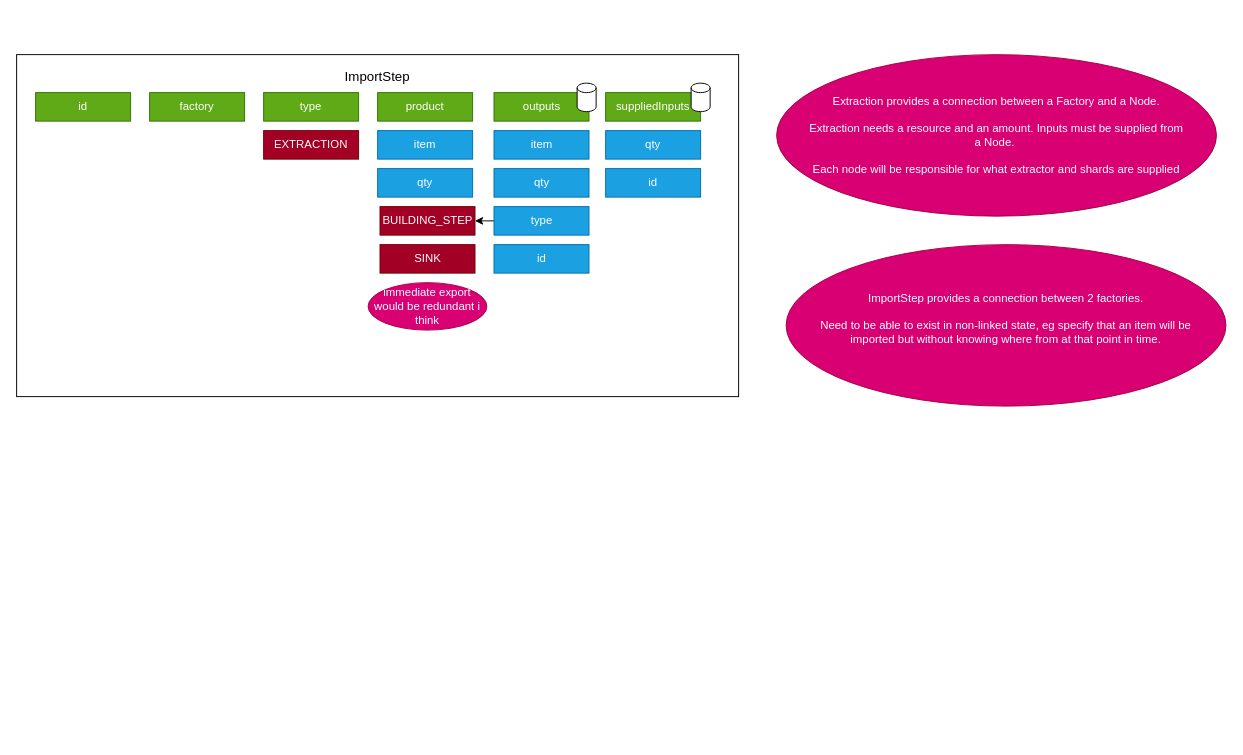
This is page "Import / Export" (11 of 14) of diagrams/wireframes.drawio from bradbrad88/satisfactory, a draw.io file, before an edit. Source tidied: cells renumbered, new cells numbered last; positions are measured from the earlier drawing's top-left corner, leaving out a move shared by most shapes. Both pictures are drawn from the tidied source at 95%, with x=0, y=0 at pixel (16, 54).
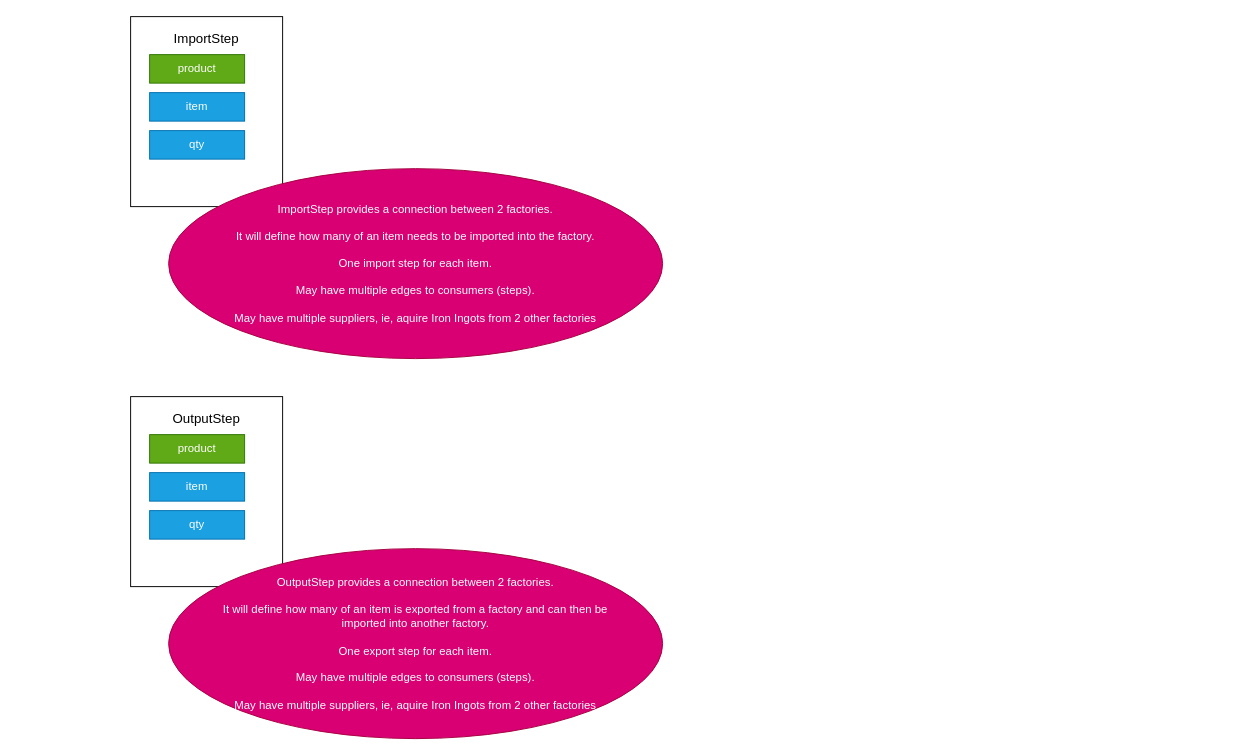
After the change.

What changed in the source:
```diff
@@
-    <mxCell id="2" value="Extraction provides a connection between a Factory and a Node.&lt;br&gt;&lt;br&gt;Extraction needs a resource and an amount. Inputs must be supplied from a Node.&amp;nbsp;&lt;br&gt;&lt;br&gt;Each node will be responsible for what extractor and shards are supplied" style="ellipse;whiteSpace=wrap;html=1;fontSize=12;fillColor=#d80073;fontColor=#ffffff;strokeColor=#A50040;spacing=35;" parent="1" vertex="1">
-      <mxGeometry x="800" width="463" height="170" as="geometry" />
-    </mxCell>
     <mxCell id="3" value="ImportStep" style="whiteSpace=wrap;html=1;verticalAlign=top;spacing=10;fontSize=14;" parent="1" vertex="1">
-      <mxGeometry width="760" height="360" as="geometry" />
+      <mxGeometry x="120" y="-40" width="160" height="200" as="geometry" />
     </mxCell>
-    <mxCell id="4" value="factory" style="whiteSpace=wrap;html=1;fillColor=#60a917;fontColor=#ffffff;strokeColor=#2D7600;" parent="1" vertex="1">
-      <mxGeometry x="140" y="40" width="100" height="30" as="geometry" />
-    </mxCell>
-    <mxCell id="5" value="type" style="whiteSpace=wrap;html=1;fillColor=#60a917;fontColor=#ffffff;strokeColor=#2D7600;" parent="1" vertex="1">
-      <mxGeometry x="260" y="40" width="100" height="30" as="geometry" />
-    </mxCell>
-    <mxCell id="6" value="EXTRACTION" style="whiteSpace=wrap;html=1;fillColor=#a20025;fontColor=#ffffff;strokeColor=#6F0000;" parent="1" vertex="1">
-      <mxGeometry x="260" y="80" width="100" height="30" as="geometry" />
-    </mxCell>
     <mxCell id="7" value="product" style="whiteSpace=wrap;html=1;fillColor=#60a917;fontColor=#ffffff;strokeColor=#2D7600;" parent="1" vertex="1">
-      <mxGeometry x="380" y="40" width="100" height="30" as="geometry" />
+      <mxGeometry x="140" width="100" height="30" as="geometry" />
     </mxCell>
     <mxCell id="8" value="item" style="whiteSpace=wrap;html=1;fillColor=#1ba1e2;fontColor=#ffffff;strokeColor=#006EAF;" parent="1" vertex="1">
-      <mxGeometry x="380" y="80" width="100" height="30" as="geometry" />
+      <mxGeometry x="140" y="40" width="100" height="30" as="geometry" />
     </mxCell>
     <mxCell id="9" value="qty" style="whiteSpace=wrap;html=1;fillColor=#1ba1e2;fontColor=#ffffff;strokeColor=#006EAF;" parent="1" vertex="1">
-      <mxGeometry x="380" y="120" width="100" height="30" as="geometry" />
+      <mxGeometry x="140" y="80" width="100" height="30" as="geometry" />
     </mxCell>
-    <mxCell id="10" value="outputs" style="whiteSpace=wrap;html=1;fillColor=#60a917;fontColor=#ffffff;strokeColor=#2D7600;" parent="1" vertex="1">
-      <mxGeometry x="502.5" y="40" width="100" height="30" as="geometry" />
-    </mxCell>
+    <mxCell id="25" value="ImportStep provides a connection between 2 factories.&lt;br&gt;&lt;br&gt;It will define how many of an item needs to be imported into the factory.&lt;br&gt;&lt;br&gt;One import step for each item.&lt;br&gt;&lt;br&gt;May have multiple edges to consumers (steps).&lt;br&gt;&lt;br&gt;May have multiple suppliers, ie, aquire Iron Ingots from 2 other factories" style="ellipse;whiteSpace=wrap;html=1;fontSize=12;fillColor=#d80073;fontColor=#ffffff;strokeColor=#A50040;spacing=35;" parent="1" vertex="1">
+      <mxGeometry x="160" y="120" width="520" height="200" as="geometry" />
+    </mxCell>
+    <mxCell id="26" value="OutputStep" style="whiteSpace=wrap;html=1;verticalAlign=top;spacing=10;fontSize=14;" parent="1" vertex="1">
+      <mxGeometry x="120" y="360" width="160" height="200" as="geometry" />
+    </mxCell>
+    <mxCell id="27" value="product" style="whiteSpace=wrap;html=1;fillColor=#60a917;fontColor=#ffffff;strokeColor=#2D7600;" parent="1" vertex="1">
+      <mxGeometry x="140" y="400" width="100" height="30" as="geometry" />
+    </mxCell>
     <mxCell id="11" value="item" style="whiteSpace=wrap;html=1;fillColor=#1ba1e2;fontColor=#ffffff;strokeColor=#006EAF;" parent="1" vertex="1">
-      <mxGeometry x="502.5" y="80" width="100" height="30" as="geometry" />
+      <mxGeometry x="140" y="440" width="100" height="30" as="geometry" />
     </mxCell>
-    <mxCell id="12" value="qty" style="whiteSpace=wrap;html=1;fillColor=#1ba1e2;fontColor=#ffffff;strokeColor=#006EAF;" parent="1" vertex="1">
-      <mxGeometry x="502.5" y="120" width="100" height="30" as="geometry" />
-    </mxCell>
-    <mxCell id="13" style="edgeStyle=none;html=1;entryX=1;entryY=0.5;entryDx=0;entryDy=0;fontSize=14;" parent="1" edge="1" source="14">
-      <mxGeometry relative="1" as="geometry">
-        <mxPoint x="482.5" y="175" as="targetPoint" />
-      </mxGeometry>
-    </mxCell>
-    <mxCell id="14" value="type" style="whiteSpace=wrap;html=1;fillColor=#1ba1e2;fontColor=#ffffff;strokeColor=#006EAF;" parent="1" vertex="1">
-      <mxGeometry x="502.5" y="160" width="100" height="30" as="geometry" />
-    </mxCell>
-    <mxCell id="15" value="BUILDING_STEP" style="whiteSpace=wrap;html=1;fillColor=#a20025;fontColor=#ffffff;strokeColor=#6F0000;" parent="1" vertex="1">
-      <mxGeometry x="382.5" y="160" width="100" height="30" as="geometry" />
-    </mxCell>
-    <mxCell id="16" value="SINK" style="whiteSpace=wrap;html=1;fillColor=#a20025;fontColor=#ffffff;strokeColor=#6F0000;" parent="1" vertex="1">
-      <mxGeometry x="382.5" y="200" width="100" height="30" as="geometry" />
-    </mxCell>
-    <mxCell id="17" value="id" style="whiteSpace=wrap;html=1;fillColor=#1ba1e2;fontColor=#ffffff;strokeColor=#006EAF;" parent="1" vertex="1">
-      <mxGeometry x="502.5" y="200" width="100" height="30" as="geometry" />
-    </mxCell>
-    <mxCell id="18" value="immediate export would be redundant i think" style="ellipse;whiteSpace=wrap;html=1;fontSize=12;fillColor=#d80073;fontColor=#ffffff;strokeColor=#A50040;" parent="1" vertex="1">
-      <mxGeometry x="370" y="240" width="125" height="50" as="geometry" />
-    </mxCell>
-    <mxCell id="19" value="suppliedInputs" style="whiteSpace=wrap;html=1;fillColor=#60a917;fontColor=#ffffff;strokeColor=#2D7600;" parent="1" vertex="1">
-      <mxGeometry x="620" y="40" width="100" height="30" as="geometry" />
-    </mxCell>
-    <mxCell id="20" value="qty" style="whiteSpace=wrap;html=1;fillColor=#1ba1e2;fontColor=#ffffff;strokeColor=#006EAF;" parent="1" vertex="1">
-      <mxGeometry x="620" y="80" width="100" height="30" as="geometry" />
-    </mxCell>
-    <mxCell id="21" value="id" style="whiteSpace=wrap;html=1;fillColor=#1ba1e2;fontColor=#ffffff;strokeColor=#006EAF;" parent="1" vertex="1">
-      <mxGeometry x="620" y="120" width="100" height="30" as="geometry" />
-    </mxCell>
-    <mxCell id="22" style="shape=cylinder3;whiteSpace=wrap;html=1;boundedLbl=1;backgroundOutline=1;size=5;" parent="1" vertex="1">
-      <mxGeometry x="710" y="30" width="20" height="30" as="geometry" />
-    </mxCell>
-    <mxCell id="23" style="shape=cylinder3;whiteSpace=wrap;html=1;boundedLbl=1;backgroundOutline=1;size=5;" parent="1" vertex="1">
-      <mxGeometry x="590" y="30" width="20" height="30" as="geometry" />
-    </mxCell>
-    <mxCell id="24" value="id" style="whiteSpace=wrap;html=1;fillColor=#60a917;fontColor=#ffffff;strokeColor=#2D7600;" parent="1" vertex="1">
-      <mxGeometry x="20" y="40" width="100" height="30" as="geometry" />
-    </mxCell>
-    <mxCell id="25" value="ImportStep provides a connection between 2 factories.&lt;br&gt;&lt;br&gt;Need to be able to exist in non-linked state, eg specify that an item will be imported but without knowing where from at that point in time.&lt;br&gt;&lt;br&gt;" style="ellipse;whiteSpace=wrap;html=1;fontSize=12;fillColor=#d80073;fontColor=#ffffff;strokeColor=#A50040;spacing=35;" parent="1" vertex="1">
-      <mxGeometry x="810" y="200" width="463" height="170" as="geometry" />
-    </mxCell>
+    <mxCell id="28" value="qty" style="whiteSpace=wrap;html=1;fillColor=#1ba1e2;fontColor=#ffffff;strokeColor=#006EAF;" parent="1" vertex="1">
+      <mxGeometry x="140" y="480" width="100" height="30" as="geometry" />
+    </mxCell>
+    <mxCell id="29" value="OutputStep provides a connection between 2 factories.&lt;br&gt;&lt;br&gt;It will define how many of an item is exported from a factory and can then be imported into another factory.&lt;br&gt;&lt;br&gt;One export step for each item.&lt;br&gt;&lt;br&gt;May have multiple edges to consumers (steps).&lt;br&gt;&lt;br&gt;May have multiple suppliers, ie, aquire Iron Ingots from 2 other factories" style="ellipse;whiteSpace=wrap;html=1;fontSize=12;fillColor=#d80073;fontColor=#ffffff;strokeColor=#A50040;spacing=35;" parent="1" vertex="1">
+      <mxGeometry x="160" y="520" width="520" height="200" as="geometry" />
+    </mxCell>
```
